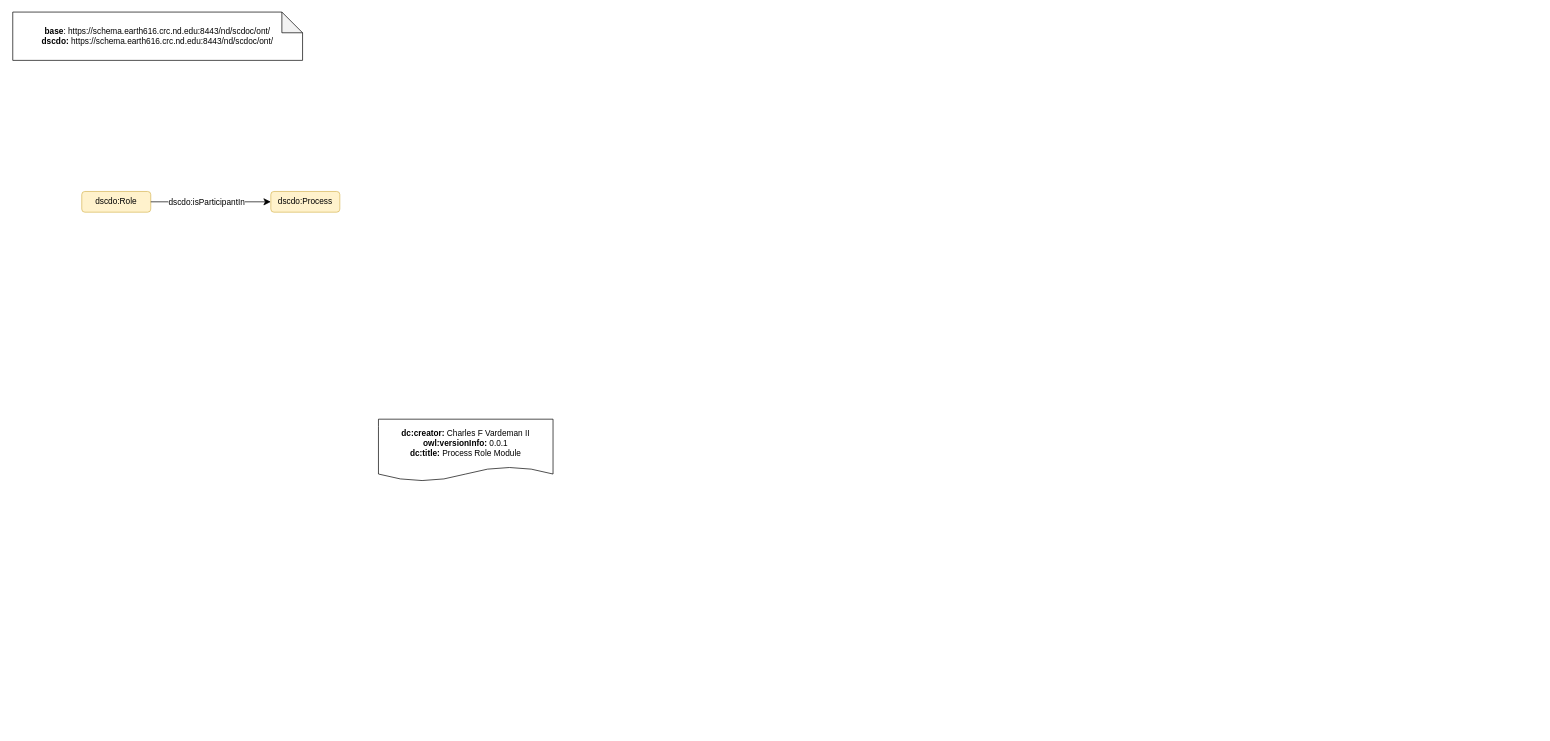
Before: design/process-role-sc/sc-process-role.drawio in crcresearch/earth616_ontology, a draw.io diagram. Source tidied: cells renumbered, new cells numbered last; positions are measured from the earlier drawing's top-left corner, leaving out a move shared by most shapes. Both pictures are drawn from the tidied source at 69%, with x=0, y=0 at pixel (12, 12).
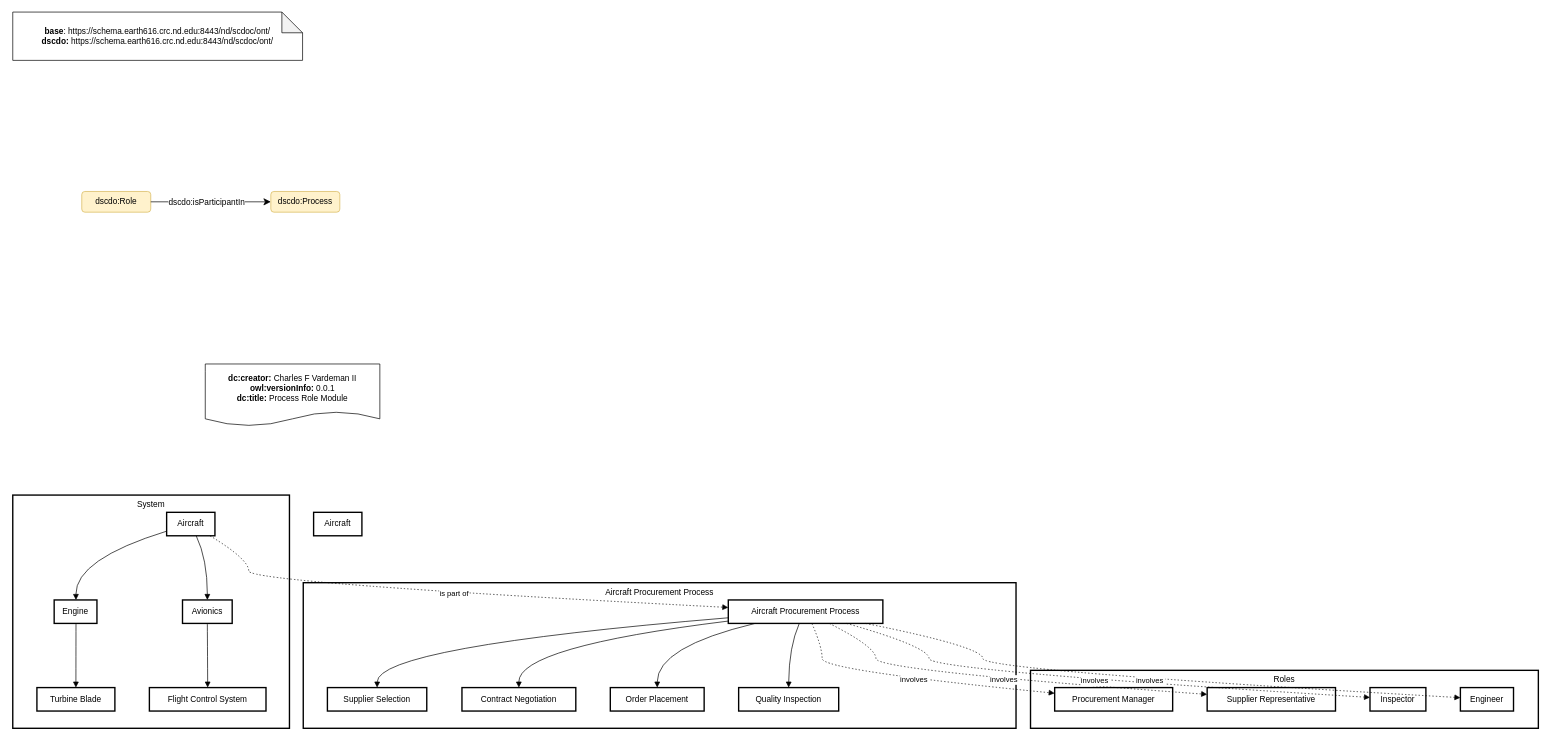
After the change.

What changed in the source:
```diff
@@
     <mxCell id="3" value="&lt;div&gt;&lt;b&gt;dc:creator:&lt;/b&gt;&amp;nbsp;Charles F Vardeman II&lt;/div&gt;&lt;div&gt;&lt;b&gt;owl:versionInfo:&lt;/b&gt; 0.0.1&lt;/div&gt;&lt;div&gt;&lt;b&gt;dc:title:&lt;/b&gt;&amp;nbsp;Process Role Module&lt;/div&gt;" style="shape=document;whiteSpace=wrap;html=1;boundedLbl=1;labelBackgroundColor=#ffffff;strokeColor=#000000;fontSize=12;fontColor=#000000;size=0.23333333333333334;" parent="1" vertex="1">
-      <mxGeometry x="530" y="590" width="253" height="90" as="geometry" />
+      <mxGeometry x="279" y="510" width="253" height="90" as="geometry" />
     </mxCell>
@@
+    <mxCell id="8" value="System" style="whiteSpace=wrap;strokeWidth=2;verticalAlign=top;" parent="1" vertex="1">
+      <mxGeometry y="700" width="401" height="338" as="geometry" />
+    </mxCell>
+    <mxCell id="9" value="Engine" style="whiteSpace=wrap;strokeWidth=2;" parent="1" vertex="1">
+      <mxGeometry x="60" y="852" width="62" height="34" as="geometry" />
+    </mxCell>
+    <mxCell id="10" value="Aircraft" style="whiteSpace=wrap;strokeWidth=2;" parent="1" vertex="1">
+      <mxGeometry x="223" y="725" width="70" height="34" as="geometry" />
+    </mxCell>
+    <mxCell id="11" value="Avionics" style="whiteSpace=wrap;strokeWidth=2;" parent="1" vertex="1">
+      <mxGeometry x="246" y="852" width="72" height="34" as="geometry" />
+    </mxCell>
+    <mxCell id="12" value="Turbine Blade" style="whiteSpace=wrap;strokeWidth=2;" parent="1" vertex="1">
+      <mxGeometry x="35" y="979" width="113" height="34" as="geometry" />
+    </mxCell>
+    <mxCell id="13" value="Flight Control System" style="whiteSpace=wrap;strokeWidth=2;" parent="1" vertex="1">
+      <mxGeometry x="198" y="979" width="169" height="34" as="geometry" />
+    </mxCell>
+    <mxCell id="14" value="Roles" style="whiteSpace=wrap;strokeWidth=2;verticalAlign=top;" parent="1" vertex="1">
+      <mxGeometry x="1475" y="954" width="736" height="84" as="geometry" />
+    </mxCell>
+    <mxCell id="15" value="Procurement Manager" style="whiteSpace=wrap;strokeWidth=2;" parent="1" vertex="1">
+      <mxGeometry x="1510" y="979" width="171" height="34" as="geometry" />
+    </mxCell>
+    <mxCell id="16" value="Supplier Representative" style="whiteSpace=wrap;strokeWidth=2;" parent="1" vertex="1">
+      <mxGeometry x="1731" y="979" width="186" height="34" as="geometry" />
+    </mxCell>
+    <mxCell id="17" value="Inspector" style="whiteSpace=wrap;strokeWidth=2;" parent="1" vertex="1">
+      <mxGeometry x="1967" y="979" width="81" height="34" as="geometry" />
+    </mxCell>
+    <mxCell id="18" value="Engineer" style="whiteSpace=wrap;strokeWidth=2;" parent="1" vertex="1">
+      <mxGeometry x="2098" y="979" width="77" height="34" as="geometry" />
+    </mxCell>
+    <mxCell id="19" value="Aircraft Procurement Process" style="whiteSpace=wrap;strokeWidth=2;verticalAlign=top;" parent="1" vertex="1">
+      <mxGeometry x="421" y="827" width="1033" height="211" as="geometry" />
+    </mxCell>
+    <mxCell id="20" value="Supplier Selection" style="whiteSpace=wrap;strokeWidth=2;" parent="1" vertex="1">
+      <mxGeometry x="456" y="979" width="144" height="34" as="geometry" />
+    </mxCell>
+    <mxCell id="21" value="Aircraft Procurement Process" style="whiteSpace=wrap;strokeWidth=2;" parent="1" vertex="1">
+      <mxGeometry x="1037" y="852" width="224" height="34" as="geometry" />
+    </mxCell>
+    <mxCell id="22" value="Contract Negotiation" style="whiteSpace=wrap;strokeWidth=2;" parent="1" vertex="1">
+      <mxGeometry x="651" y="979" width="165" height="34" as="geometry" />
+    </mxCell>
+    <mxCell id="23" value="Order Placement" style="whiteSpace=wrap;strokeWidth=2;" parent="1" vertex="1">
+      <mxGeometry x="866" y="979" width="136" height="34" as="geometry" />
+    </mxCell>
+    <mxCell id="24" value="Quality Inspection" style="whiteSpace=wrap;strokeWidth=2;" parent="1" vertex="1">
+      <mxGeometry x="1052" y="979" width="145" height="34" as="geometry" />
+    </mxCell>
+    <mxCell id="25" value="Aircraft" style="whiteSpace=wrap;strokeWidth=2;" parent="1" vertex="1">
+      <mxGeometry x="436" y="725" width="70" height="34" as="geometry" />
+    </mxCell>
+    <mxCell id="26" style="curved=1;startArrow=none;endArrow=block;exitX=0;exitY=0.76;entryX=0.5;entryY=0;rounded=0;" parent="1" edge="1" source="21" target="20">
+      <mxGeometry relative="1" as="geometry">
+        <Array as="points">
+          <mxPoint x="529" y="920" />
+        </Array>
+      </mxGeometry>
+    </mxCell>
+    <mxCell id="27" style="curved=1;startArrow=none;endArrow=block;exitX=0;exitY=0.9;entryX=0.5;entryY=0;rounded=0;" parent="1" edge="1" source="21" target="22">
+      <mxGeometry relative="1" as="geometry">
+        <Array as="points">
+          <mxPoint x="733" y="920" />
+        </Array>
+      </mxGeometry>
+    </mxCell>
+    <mxCell id="28" style="curved=1;startArrow=none;endArrow=block;exitX=0.18;exitY=0.99;entryX=0.5;entryY=0;rounded=0;" parent="1" edge="1" source="21" target="23">
+      <mxGeometry relative="1" as="geometry">
+        <Array as="points">
+          <mxPoint x="934" y="920" />
+        </Array>
+      </mxGeometry>
+    </mxCell>
+    <mxCell id="29" style="curved=1;startArrow=none;endArrow=block;exitX=0.46;exitY=0.99;entryX=0.5;entryY=0;rounded=0;" parent="1" edge="1" source="21" target="24">
+      <mxGeometry relative="1" as="geometry">
+        <Array as="points">
+          <mxPoint x="1125" y="920" />
+        </Array>
+      </mxGeometry>
+    </mxCell>
+    <mxCell id="30" style="curved=1;startArrow=none;endArrow=block;exitX=-0.01;exitY=0.81;entryX=0.51;entryY=0;rounded=0;" parent="1" edge="1" source="10" target="9">
+      <mxGeometry relative="1" as="geometry">
+        <Array as="points">
+          <mxPoint x="91" y="793" />
+        </Array>
+      </mxGeometry>
+    </mxCell>
+    <mxCell id="31" style="curved=1;startArrow=none;endArrow=block;exitX=0.61;exitY=0.99;entryX=0.5;entryY=0;rounded=0;" parent="1" edge="1" source="10" target="11">
+      <mxGeometry relative="1" as="geometry">
+        <Array as="points">
+          <mxPoint x="282" y="793" />
+        </Array>
+      </mxGeometry>
+    </mxCell>
+    <mxCell id="32" style="curved=1;startArrow=none;endArrow=block;exitX=0.51;exitY=0.99;entryX=0.5;entryY=0;rounded=0;" parent="1" edge="1" source="9" target="12">
+      <mxGeometry relative="1" as="geometry" />
+    </mxCell>
+    <mxCell id="33" style="curved=1;startArrow=none;endArrow=block;exitX=0.5;exitY=0.99;entryX=0.5;entryY=0;rounded=0;" parent="1" edge="1" source="11" target="13">
+      <mxGeometry relative="1" as="geometry" />
+    </mxCell>
+    <mxCell id="34" value="involves" style="curved=1;dashed=1;dashPattern=2 3;startArrow=none;endArrow=block;exitX=0.54;exitY=0.99;entryX=0;entryY=0.24;rounded=0;" parent="1" edge="1" source="21" target="15">
+      <mxGeometry relative="1" as="geometry">
+        <Array as="points">
+          <mxPoint x="1173" y="920" />
+          <mxPoint x="1173" y="954" />
+        </Array>
+      </mxGeometry>
+    </mxCell>
+    <mxCell id="35" value="involves" style="curved=1;dashed=1;dashPattern=2 3;startArrow=none;endArrow=block;exitX=0.65;exitY=0.99;entryX=0;entryY=0.29;rounded=0;" parent="1" edge="1" source="21" target="16">
+      <mxGeometry relative="1" as="geometry">
+        <Array as="points">
+          <mxPoint x="1251" y="920" />
+          <mxPoint x="1251" y="954" />
+        </Array>
+      </mxGeometry>
+    </mxCell>
+    <mxCell id="36" value="involves" style="curved=1;dashed=1;dashPattern=2 3;startArrow=none;endArrow=block;exitX=0.76;exitY=0.99;entryX=0;entryY=0.42;rounded=0;" parent="1" edge="1" source="21" target="17">
+      <mxGeometry relative="1" as="geometry">
+        <Array as="points">
+          <mxPoint x="1328" y="920" />
+          <mxPoint x="1328" y="954" />
+        </Array>
+      </mxGeometry>
+    </mxCell>
+    <mxCell id="37" value="involves" style="curved=1;dashed=1;dashPattern=2 3;startArrow=none;endArrow=block;exitX=0.88;exitY=0.99;entryX=0;entryY=0.43;rounded=0;" parent="1" edge="1" source="21" target="18">
+      <mxGeometry relative="1" as="geometry">
+        <Array as="points">
+          <mxPoint x="1406" y="920" />
+          <mxPoint x="1406" y="954" />
+        </Array>
+      </mxGeometry>
+    </mxCell>
+    <mxCell id="38" value="is part of" style="curved=1;dashed=1;dashPattern=2 3;startArrow=none;endArrow=block;exitX=0.89;exitY=0.99;entryX=0;entryY=0.32;rounded=0;" parent="1" edge="1" source="10" target="21">
+      <mxGeometry relative="1" as="geometry">
+        <Array as="points">
+          <mxPoint x="342" y="793" />
+          <mxPoint x="342" y="827" />
+        </Array>
+      </mxGeometry>
+    </mxCell>
```
